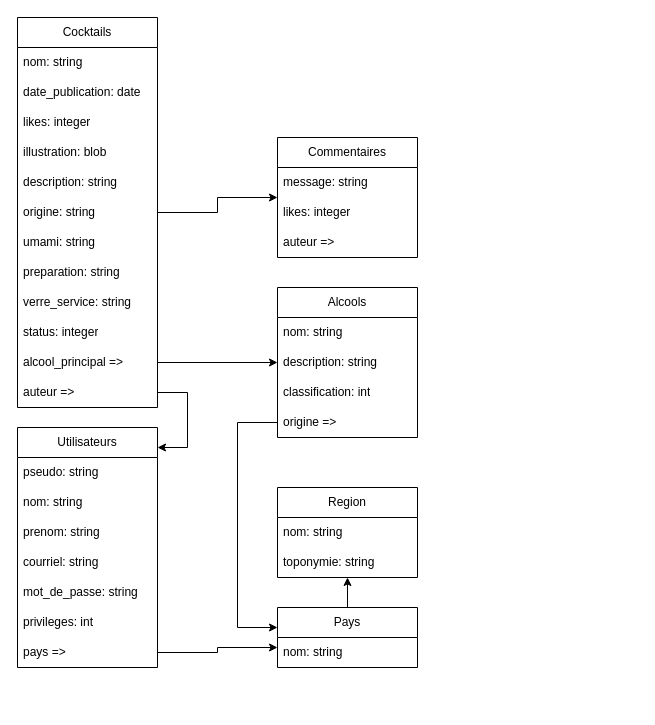
Earlier version of the draw.io diagram documentation/modele_conceptuel.drawio (Cocktail-Wizard/Cocktail_Wizard). Source tidied: cells renumbered, new cells numbered last; positions are measured from the earlier drawing's top-left corner, leaving out a move shared by most shapes. Both pictures are drawn from the tidied source at 100%, with x=0, y=0 at pixel (17, 17).
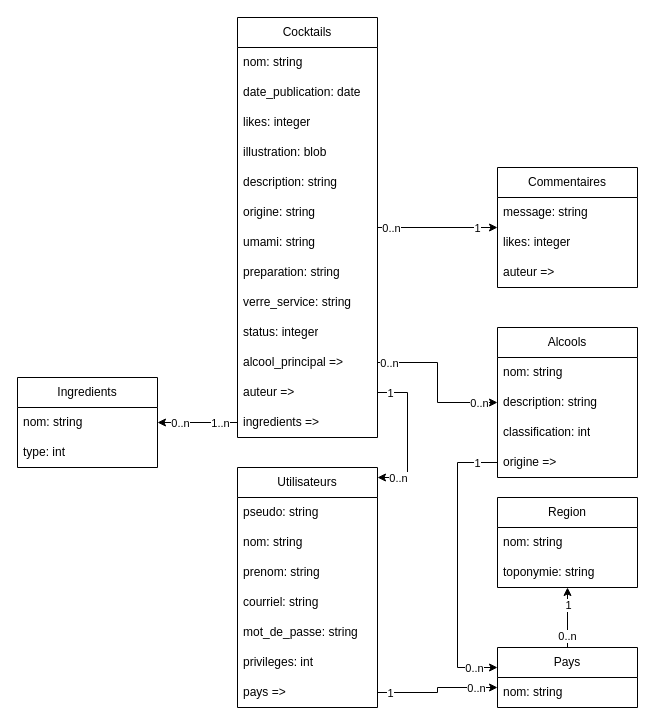
The same diagram, later.

Unchanged cells that the change refers to:
```xml
<mxCell id="2" style="edgeStyle=orthogonalEdgeStyle;rounded=0;jettySize=auto;html=1;" parent="1" edge="1" source="3" target="16">
  <mxGeometry relative="1" as="geometry" />
</mxCell>
<mxCell id="14" value="alcool_principal =&amp;gt;" style="text;strokeColor=none;fillColor=none;align=left;verticalAlign=middle;spacingLeft=4;spacingRight=4;overflow=hidden;points=[[0,0.5],[1,0.5]];portConstraint=eastwest;whiteSpace=wrap;html=1;" parent="3" vertex="1">
  <mxGeometry y="330" width="140" height="30" as="geometry" />
</mxCell>
<mxCell id="15" value="auteur =&amp;gt;" style="text;strokeColor=none;fillColor=none;align=left;verticalAlign=middle;spacingLeft=4;spacingRight=4;overflow=hidden;points=[[0,0.5],[1,0.5]];portConstraint=eastwest;whiteSpace=wrap;html=1;" parent="3" vertex="1">
  <mxGeometry y="360" width="140" height="30" as="geometry" />
</mxCell>
<mxCell id="27" value="pays =&amp;gt;" style="text;strokeColor=none;fillColor=none;align=left;verticalAlign=middle;spacingLeft=4;spacingRight=4;overflow=hidden;points=[[0,0.5],[1,0.5]];portConstraint=eastwest;whiteSpace=wrap;html=1;" parent="20" vertex="1">
  <mxGeometry y="210" width="140" height="30" as="geometry" />
</mxCell>
<mxCell id="28" style="edgeStyle=orthogonalEdgeStyle;rounded=0;jettySize=auto;html=1;noEdgeStyle=1;" parent="1" edge="1" source="29" target="31">
  <mxGeometry relative="1" as="geometry" />
</mxCell>
<mxCell id="38" value="origine =&amp;gt;" style="text;strokeColor=none;fillColor=none;align=left;verticalAlign=middle;spacingLeft=4;spacingRight=4;overflow=hidden;points=[[0,0.5],[1,0.5]];portConstraint=eastwest;whiteSpace=wrap;html=1;" parent="34" vertex="1">
  <mxGeometry y="120" width="140" height="30" as="geometry" />
</mxCell>
```

What changed in the source:
```diff
@@
+    <mxCell id="43" value="0..n" style="edgeLabel;html=1;align=center;verticalAlign=middle;" parent="2" vertex="1">
+      <mxGeometry x="-0.8" relative="1" as="geometry">
+        <mxPoint x="1" as="offset" />
+      </mxGeometry>
+    </mxCell>
+    <mxCell id="44" value="1" style="edgeLabel;html=1;align=center;verticalAlign=middle;" parent="2" vertex="1">
+      <mxGeometry x="0.65" relative="1" as="geometry" />
+    </mxCell>
     <mxCell id="3" value="Cocktails" style="swimlane;fontStyle=0;horizontal=1;startSize=30;whiteSpace=wrap;html=1;" parent="1" vertex="1">
-      <mxGeometry width="140" height="390" as="geometry" />
+      <mxGeometry x="220" width="140" height="420" as="geometry" />
     </mxCell>
@@
+    <mxCell id="45" value="ingredients =&amp;gt;" style="text;strokeColor=none;fillColor=none;align=left;verticalAlign=middle;spacingLeft=4;spacingRight=4;overflow=hidden;points=[[0,0.5],[1,0.5]];portConstraint=eastwest;whiteSpace=wrap;html=1;" parent="3" vertex="1">
+      <mxGeometry y="390" width="140" height="30" as="geometry" />
+    </mxCell>
     <mxCell id="16" value="Commentaires" style="swimlane;fontStyle=0;horizontal=1;startSize=30;whiteSpace=wrap;html=1;" parent="1" vertex="1">
-      <mxGeometry x="260" y="120" width="140" height="120" as="geometry" />
+      <mxGeometry x="480" y="150" width="140" height="120" as="geometry" />
     </mxCell>
@@
     <mxCell id="20" value="Utilisateurs" style="swimlane;fontStyle=0;horizontal=1;startSize=30;whiteSpace=wrap;html=1;" parent="1" vertex="1">
-      <mxGeometry y="410" width="140" height="240" as="geometry" />
+      <mxGeometry x="220" y="450" width="140" height="240" as="geometry" />
     </mxCell>
@@
+    <mxCell id="46" value="0..n" style="edgeLabel;html=1;align=center;verticalAlign=middle;" parent="28" vertex="1">
+      <mxGeometry x="-0.59" y="1" relative="1" as="geometry" />
+    </mxCell>
+    <mxCell id="47" value="1" style="edgeLabel;html=1;align=center;verticalAlign=middle;" parent="28" vertex="1">
+      <mxGeometry x="0.46" y="-1" relative="1" as="geometry">
+        <mxPoint x="-1" y="1" as="offset" />
+      </mxGeometry>
+    </mxCell>
     <mxCell id="29" value="Pays" style="swimlane;fontStyle=0;horizontal=1;startSize=30;whiteSpace=wrap;html=1;" parent="1" vertex="1">
-      <mxGeometry x="260" y="590" width="140" height="60" as="geometry" />
+      <mxGeometry x="480" y="630" width="140" height="60" as="geometry" />
     </mxCell>
@@
     <mxCell id="31" value="Region" style="swimlane;fontStyle=0;horizontal=1;startSize=30;whiteSpace=wrap;html=1;" parent="1" vertex="1">
-      <mxGeometry x="260" y="470" width="140" height="90" as="geometry" />
+      <mxGeometry x="480" y="480" width="140" height="90" as="geometry" />
     </mxCell>
@@
     <mxCell id="34" value="Alcools" style="swimlane;fontStyle=0;horizontal=1;startSize=30;whiteSpace=wrap;html=1;" parent="1" vertex="1">
-      <mxGeometry x="260" y="270" width="140" height="150" as="geometry" />
+      <mxGeometry x="480" y="310" width="140" height="150" as="geometry" />
     </mxCell>
@@
     <mxCell id="39" style="edgeStyle=orthogonalEdgeStyle;rounded=0;jettySize=auto;html=1;" parent="1" edge="1" source="27" target="29">
       <mxGeometry relative="1" as="geometry">
         <Array as="points">
-          <mxPoint x="200" y="635" />
-          <mxPoint x="200" y="630" />
+          <mxPoint x="420" y="675" />
+          <mxPoint x="420" y="670" />
         </Array>
       </mxGeometry>
     </mxCell>
+    <mxCell id="48" value="1" style="edgeLabel;html=1;align=center;verticalAlign=middle;" parent="39" vertex="1">
+      <mxGeometry x="-0.8" relative="1" as="geometry" />
+    </mxCell>
+    <mxCell id="49" value="0..n" style="edgeLabel;html=1;align=center;verticalAlign=middle;" parent="39" vertex="1">
+      <mxGeometry x="0.64" relative="1" as="geometry" />
+    </mxCell>
+    <mxCell id="41" style="edgeStyle=orthogonalEdgeStyle;rounded=0;jettySize=auto;html=1;" parent="1" edge="1" source="14" target="34">
+      <mxGeometry relative="1" as="geometry" />
+    </mxCell>
+    <mxCell id="50" value="0..n" style="edgeLabel;html=1;align=center;verticalAlign=middle;" parent="41" vertex="1">
+      <mxGeometry x="-0.86" relative="1" as="geometry" />
+    </mxCell>
+    <mxCell id="51" value="0..n" style="edgeLabel;html=1;align=center;verticalAlign=middle;" parent="41" vertex="1">
+      <mxGeometry x="0.76" relative="1" as="geometry" />
+    </mxCell>
+    <mxCell id="42" style="edgeStyle=orthogonalEdgeStyle;rounded=0;jettySize=auto;html=1;" parent="1" edge="1" source="38" target="29">
+      <mxGeometry relative="1" as="geometry">
+        <Array as="points">
+          <mxPoint x="440" y="445" />
+          <mxPoint x="440" y="650" />
+        </Array>
+      </mxGeometry>
+    </mxCell>
+    <mxCell id="52" value="1" style="edgeLabel;html=1;align=center;verticalAlign=middle;" parent="42" vertex="1">
+      <mxGeometry x="-0.85" relative="1" as="geometry" />
+    </mxCell>
+    <mxCell id="53" value="0..n" style="edgeLabel;html=1;align=center;verticalAlign=middle;" parent="42" vertex="1">
+      <mxGeometry x="0.83" y="-1" relative="1" as="geometry">
+        <mxPoint y="-1" as="offset" />
+      </mxGeometry>
+    </mxCell>
     <mxCell id="40" style="edgeStyle=orthogonalEdgeStyle;rounded=0;jettySize=auto;html=1;" parent="1" edge="1" source="15" target="20">
       <mxGeometry relative="1" as="geometry">
         <Array as="points">
-          <mxPoint x="170" y="375" />
-          <mxPoint x="170" y="430" />
-          <mxPoint x="70" y="430" />
+          <mxPoint x="390" y="375" />
+          <mxPoint x="390" y="460" />
         </Array>
       </mxGeometry>
     </mxCell>
-    <mxCell id="41" style="edgeStyle=orthogonalEdgeStyle;rounded=0;jettySize=auto;html=1;" parent="1" edge="1" source="14" target="34">
-      <mxGeometry relative="1" as="geometry" />
-    </mxCell>
-    <mxCell id="42" style="edgeStyle=orthogonalEdgeStyle;rounded=0;jettySize=auto;html=1;" parent="1" edge="1" source="38" target="29">
-      <mxGeometry relative="1" as="geometry">
-        <Array as="points">
-          <mxPoint x="220" y="405" />
-          <mxPoint x="220" y="610" />
-        </Array>
-      </mxGeometry>
-    </mxCell>
+    <mxCell id="54" value="1" style="edgeLabel;html=1;align=center;verticalAlign=middle;" parent="40" vertex="1">
+      <mxGeometry x="-0.83" relative="1" as="geometry" />
+    </mxCell>
+    <mxCell id="55" value="0..n" style="edgeLabel;html=1;align=center;verticalAlign=middle;" parent="40" vertex="1">
+      <mxGeometry x="0.73" relative="1" as="geometry" />
+    </mxCell>
+    <mxCell id="56" value="Ingredients" style="swimlane;fontStyle=0;horizontal=1;startSize=30;whiteSpace=wrap;html=1;" parent="1" vertex="1">
+      <mxGeometry y="360" width="140" height="90" as="geometry" />
+    </mxCell>
+    <mxCell id="57" value="nom: string" style="text;strokeColor=none;fillColor=none;align=left;verticalAlign=middle;spacingLeft=4;spacingRight=4;overflow=hidden;whiteSpace=wrap;html=1;" parent="56" vertex="1">
+      <mxGeometry y="30" width="140" height="30" as="geometry" />
+    </mxCell>
+    <mxCell id="58" value="type: int" style="text;strokeColor=none;fillColor=none;align=left;verticalAlign=middle;spacingLeft=4;spacingRight=4;overflow=hidden;whiteSpace=wrap;html=1;" parent="56" vertex="1">
+      <mxGeometry y="60" width="140" height="30" as="geometry" />
+    </mxCell>
+    <mxCell id="59" style="edgeStyle=orthogonalEdgeStyle;rounded=0;jettySize=auto;html=1;" parent="1" edge="1" source="45" target="56">
+      <mxGeometry relative="1" as="geometry" />
+    </mxCell>
+    <mxCell id="60" value="1..n" style="edgeLabel;html=1;align=center;verticalAlign=middle;" parent="59" vertex="1">
+      <mxGeometry x="-0.63" y="-1" relative="1" as="geometry">
+        <mxPoint x="-3" y="1" as="offset" />
+      </mxGeometry>
+    </mxCell>
+    <mxCell id="61" value="0..n" style="edgeLabel;html=1;align=center;verticalAlign=middle;" parent="59" vertex="1">
+      <mxGeometry x="0.44" relative="1" as="geometry" />
+    </mxCell>
```
